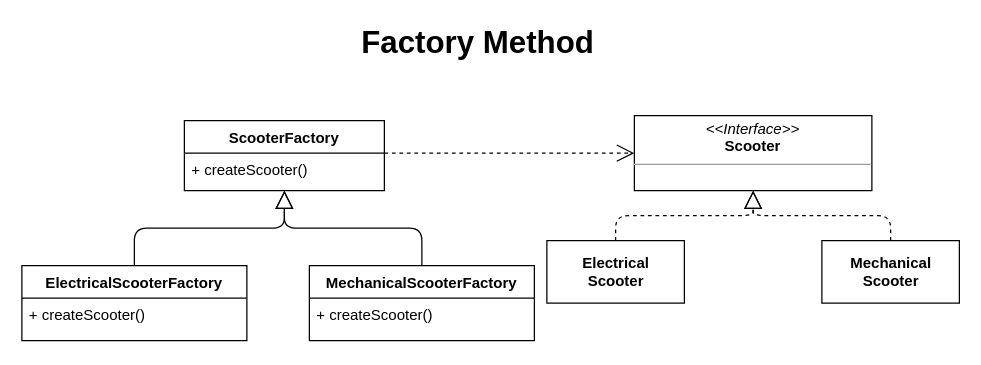
antariuz/uml keeps this draw.io diagram as page "Factory Method" (3 of 5) of patterns/creational.drawio. Above is the earlier version. Source tidied: cells renumbered, new cells numbered last; positions are measured from the earlier drawing's top-left corner, leaving out a move shared by most shapes. Both pictures are drawn from the tidied source at 125%, with x=0, y=0 at pixel (21, 28).
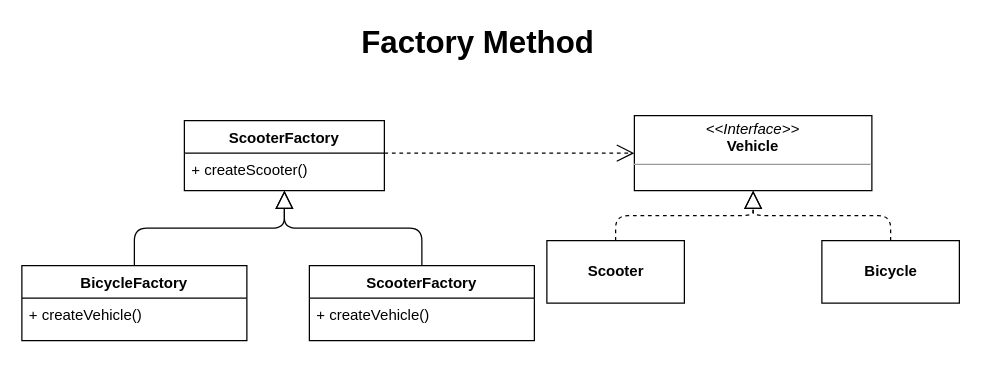
Above is the later version.

What changed in the source:
```diff
@@
 <mxGraphModel>
   <root>
     <mxCell id="0" />
     <mxCell id="1" parent="0" />
-    <mxCell id="2" value="&lt;p style=&quot;margin: 0px ; margin-top: 4px ; text-align: center&quot;&gt;&lt;i&gt;&amp;lt;&amp;lt;Interface&amp;gt;&amp;gt;&lt;/i&gt;&lt;br&gt;&lt;span style=&quot;text-align: left&quot;&gt;&lt;b&gt;Scooter&lt;/b&gt;&lt;/span&gt;&lt;br&gt;&lt;/p&gt;&lt;hr size=&quot;1&quot;&gt;&lt;p style=&quot;margin: 0px ; margin-left: 4px&quot;&gt;&lt;br&gt;&lt;/p&gt;" style="verticalAlign=top;align=left;overflow=fill;fontSize=12;fontFamily=Helvetica;html=1;" parent="1" vertex="1">
+    <mxCell id="2" value="&lt;p style=&quot;margin: 0px ; margin-top: 4px ; text-align: center&quot;&gt;&lt;i&gt;&amp;lt;&amp;lt;Interface&amp;gt;&amp;gt;&lt;/i&gt;&lt;br&gt;&lt;span style=&quot;text-align: left&quot;&gt;&lt;b&gt;Vehicle&lt;/b&gt;&lt;/span&gt;&lt;br&gt;&lt;/p&gt;&lt;hr size=&quot;1&quot;&gt;&lt;p style=&quot;margin: 0px ; margin-left: 4px&quot;&gt;&lt;br&gt;&lt;/p&gt;" style="verticalAlign=top;align=left;overflow=fill;fontSize=12;fontFamily=Helvetica;html=1;" parent="1" vertex="1">
       <mxGeometry x="490" y="70" width="190" height="60" as="geometry" />
     </mxCell>
-    <mxCell id="3" value="&lt;b&gt;Electrical&lt;br&gt;Scooter&lt;/b&gt;" style="html=1;" parent="1" vertex="1">
+    <mxCell id="3" value="&lt;b&gt;Scooter&lt;/b&gt;" style="html=1;" parent="1" vertex="1">
       <mxGeometry x="420" y="170" width="110" height="50" as="geometry" />
     </mxCell>
-    <mxCell id="4" value="&lt;b&gt;Mechanical&lt;br&gt;Scooter&lt;/b&gt;" style="html=1;" parent="1" vertex="1">
+    <mxCell id="4" value="&lt;b&gt;Bicycle&lt;/b&gt;" style="html=1;" parent="1" vertex="1">
       <mxGeometry x="640" y="170" width="110" height="50" as="geometry" />
     </mxCell>
     <mxCell id="5" style="endArrow=block;dashed=1;endFill=0;endSize=12;html=1;entryX=0.5;entryY=1;entryDx=0;entryDy=0;exitX=0.5;exitY=0;exitDx=0;exitDy=0;edgeStyle=orthogonalEdgeStyle;" parent="1" edge="1" source="3" target="2">
       <mxGeometry relative="1" as="geometry" />
     </mxCell>
     <mxCell id="6" style="endArrow=block;dashed=1;endFill=0;endSize=12;html=1;entryX=0.5;entryY=1;entryDx=0;entryDy=0;exitX=0.5;exitY=0;exitDx=0;exitDy=0;edgeStyle=orthogonalEdgeStyle;" parent="1" edge="1" source="4" target="2">
       <mxGeometry relative="1" as="geometry" />
     </mxCell>
     <mxCell id="7" value="ScooterFactory" style="swimlane;fontStyle=1;align=center;verticalAlign=top;horizontal=1;startSize=26;" parent="1" vertex="1">
       <mxGeometry x="130" y="74" width="160" height="56" as="geometry" />
     </mxCell>
     <mxCell id="8" value="+ createScooter()" style="text;strokeColor=none;fillColor=none;align=left;verticalAlign=top;spacingLeft=4;spacingRight=4;overflow=hidden;points=[[0,0.5],[1,0.5]];portConstraint=eastwest;" parent="7" vertex="1">
       <mxGeometry y="26" width="160" height="30" as="geometry" />
     </mxCell>
-    <mxCell id="9" value="ElectricalScooterFactory" style="swimlane;fontStyle=1;align=center;verticalAlign=top;horizontal=1;startSize=26;" parent="1" vertex="1">
+    <mxCell id="9" value="BicycleFactory" style="swimlane;fontStyle=1;align=center;verticalAlign=top;horizontal=1;startSize=26;" parent="1" vertex="1">
       <mxGeometry y="190" width="180" height="60" as="geometry" />
     </mxCell>
-    <mxCell id="10" value="+ createScooter()" style="text;strokeColor=none;fillColor=none;align=left;verticalAlign=top;spacingLeft=4;spacingRight=4;overflow=hidden;" parent="9" vertex="1">
+    <mxCell id="10" value="+ createVehicle()" style="text;strokeColor=none;fillColor=none;align=left;verticalAlign=top;spacingLeft=4;spacingRight=4;overflow=hidden;" parent="9" vertex="1">
       <mxGeometry y="26" width="180" height="34" as="geometry" />
     </mxCell>
-    <mxCell id="11" value="MechanicalScooterFactory" style="swimlane;fontStyle=1;align=center;verticalAlign=top;horizontal=1;startSize=26;" parent="1" vertex="1">
+    <mxCell id="11" value="ScooterFactory" style="swimlane;fontStyle=1;align=center;verticalAlign=top;horizontal=1;startSize=26;" parent="1" vertex="1">
       <mxGeometry x="230" y="190" width="180" height="60" as="geometry" />
     </mxCell>
-    <mxCell id="12" value="+ createScooter()" style="text;strokeColor=none;fillColor=none;align=left;verticalAlign=top;spacingLeft=4;spacingRight=4;overflow=hidden;" parent="11" vertex="1">
+    <mxCell id="12" value="+ createVehicle()" style="text;strokeColor=none;fillColor=none;align=left;verticalAlign=top;spacingLeft=4;spacingRight=4;overflow=hidden;" parent="11" vertex="1">
       <mxGeometry y="26" width="180" height="34" as="geometry" />
     </mxCell>
     <mxCell id="13" style="endArrow=block;dashed=0;endFill=0;endSize=12;html=1;entryX=0.5;entryY=1;entryDx=0;entryDy=0;exitX=0.5;exitY=0;exitDx=0;exitDy=0;edgeStyle=orthogonalEdgeStyle;" parent="1" edge="1" source="9" target="7">
       <mxGeometry relative="1" as="geometry" />
     </mxCell>
     <mxCell id="14" style="endArrow=block;dashed=0;endFill=0;endSize=12;html=1;entryX=0.5;entryY=1;entryDx=0;entryDy=0;exitX=0.5;exitY=0;exitDx=0;exitDy=0;edgeStyle=orthogonalEdgeStyle;" parent="1" edge="1" source="11" target="7">
       <mxGeometry relative="1" as="geometry" />
     </mxCell>
     <mxCell id="15" style="endArrow=open;endSize=12;dashed=1;html=1;entryX=0;entryY=0.5;entryDx=0;entryDy=0;exitX=1;exitY=0.002;exitDx=0;exitDy=0;exitPerimeter=0;" parent="1" edge="1" source="8" target="2">
       <mxGeometry relative="1" as="geometry" />
     </mxCell>
     <mxCell id="16" value="&lt;font size=&quot;1&quot;&gt;&lt;b style=&quot;font-size: 25px&quot;&gt;Factory Method&lt;/b&gt;&lt;/font&gt;" style="text;html=1;strokeColor=none;fillColor=none;align=center;verticalAlign=middle;whiteSpace=wrap;rounded=0;" parent="1" vertex="1">
       <mxGeometry x="270" width="190" height="20" as="geometry" />
     </mxCell>
   </root>
 </mxGraphModel>
```
